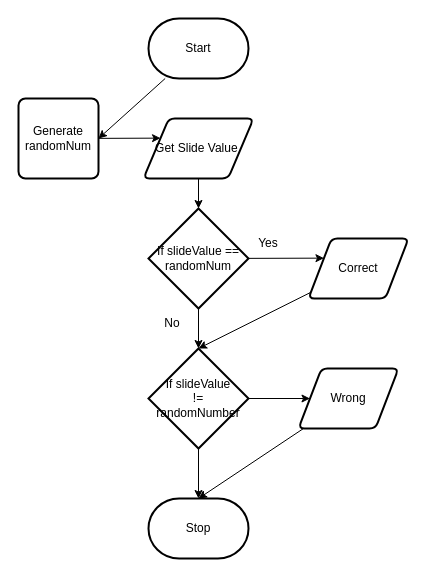
Earlier version of the draw.io diagram design/flowchart.drawio (darcy-murphy/ICS2O-Unit5-07). Source tidied: cells renumbered, new cells numbered last; positions are measured from the earlier drawing's top-left corner, leaving out a move shared by most shapes. Both pictures are drawn from the tidied source at 100%, with x=0, y=0 at pixel (18, 18).
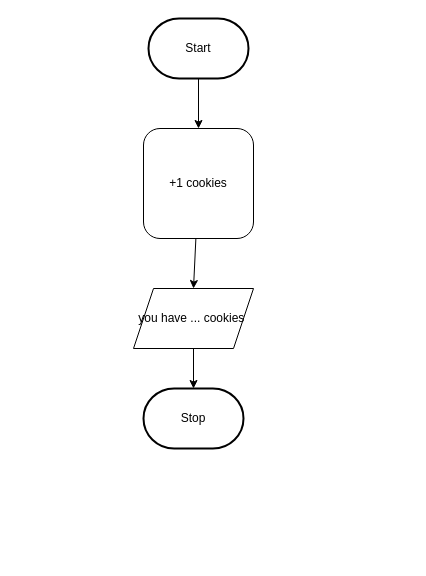
Above is the later version.

The change refers to these unchanged cells:
```xml
<mxCell id="3" value="Start" style="strokeWidth=2;html=1;shape=mxgraph.flowchart.terminator;whiteSpace=wrap;" parent="1" vertex="1">
  <mxGeometry x="130" width="100" height="60" as="geometry" />
</mxCell>
```

The edit, as a diff of the source:
```diff
@@
-    <mxCell id="2" style="edgeStyle=none;html=1;entryX=1;entryY=0.5;entryDx=0;entryDy=0;" parent="1" edge="1" source="3" target="7">
-      <mxGeometry relative="1" as="geometry" />
-    </mxCell>
+    <mxCell id="21" style="edgeStyle=none;html=1;entryX=0.5;entryY=0;entryDx=0;entryDy=0;" parent="1" edge="1" source="3" target="20">
+      <mxGeometry relative="1" as="geometry" />
+    </mxCell>
@@
-    <mxCell id="4" style="edgeStyle=none;html=1;" parent="1" edge="1" source="5" target="10">
-      <mxGeometry relative="1" as="geometry" />
-    </mxCell>
-    <mxCell id="5" value="Get Slide Value&amp;nbsp;" style="shape=parallelogram;html=1;strokeWidth=2;perimeter=parallelogramPerimeter;whiteSpace=wrap;rounded=1;arcSize=12;size=0.23;" parent="1" vertex="1">
-      <mxGeometry x="125" y="100" width="110" height="60" as="geometry" />
-    </mxCell>
-    <mxCell id="6" style="edgeStyle=none;html=1;entryX=0;entryY=0.25;entryDx=0;entryDy=0;" parent="1" edge="1" source="7" target="5">
-      <mxGeometry relative="1" as="geometry" />
-    </mxCell>
-    <mxCell id="7" value="Generate&lt;br&gt;randomNum" style="rounded=1;whiteSpace=wrap;html=1;absoluteArcSize=1;arcSize=14;strokeWidth=2;" parent="1" vertex="1">
-      <mxGeometry y="80" width="80" height="80" as="geometry" />
-    </mxCell>
-    <mxCell id="8" style="edgeStyle=none;html=1;entryX=0;entryY=0.25;entryDx=0;entryDy=0;" parent="1" edge="1" source="10" target="12">
-      <mxGeometry relative="1" as="geometry" />
-    </mxCell>
-    <mxCell id="9" style="edgeStyle=none;html=1;entryX=0.5;entryY=0;entryDx=0;entryDy=0;entryPerimeter=0;" parent="1" edge="1" source="10" target="15">
-      <mxGeometry relative="1" as="geometry" />
-    </mxCell>
-    <mxCell id="10" value="If slideValue ==&lt;br&gt;randomNum" style="strokeWidth=2;html=1;shape=mxgraph.flowchart.decision;whiteSpace=wrap;" parent="1" vertex="1">
-      <mxGeometry x="130" y="190" width="100" height="100" as="geometry" />
-    </mxCell>
-    <mxCell id="11" style="edgeStyle=none;html=1;entryX=0.5;entryY=0;entryDx=0;entryDy=0;entryPerimeter=0;" parent="1" edge="1" source="12" target="15">
-      <mxGeometry relative="1" as="geometry" />
-    </mxCell>
-    <mxCell id="12" value="Correct" style="shape=parallelogram;html=1;strokeWidth=2;perimeter=parallelogramPerimeter;whiteSpace=wrap;rounded=1;arcSize=12;size=0.23;" parent="1" vertex="1">
-      <mxGeometry x="290" y="220" width="100" height="60" as="geometry" />
-    </mxCell>
-    <mxCell id="13" style="edgeStyle=none;html=1;entryX=0;entryY=0.5;entryDx=0;entryDy=0;" parent="1" edge="1" source="15" target="17">
-      <mxGeometry relative="1" as="geometry" />
-    </mxCell>
-    <mxCell id="14" style="edgeStyle=none;html=1;entryX=0.5;entryY=0;entryDx=0;entryDy=0;entryPerimeter=0;" parent="1" edge="1" source="15" target="18">
-      <mxGeometry relative="1" as="geometry" />
-    </mxCell>
-    <mxCell id="15" value="If slideValue&lt;br&gt;!=&lt;br&gt;randomNumber" style="strokeWidth=2;html=1;shape=mxgraph.flowchart.decision;whiteSpace=wrap;" parent="1" vertex="1">
-      <mxGeometry x="130" y="330" width="100" height="100" as="geometry" />
-    </mxCell>
-    <mxCell id="16" style="edgeStyle=none;html=1;entryX=0.5;entryY=0;entryDx=0;entryDy=0;entryPerimeter=0;" parent="1" edge="1" source="17" target="18">
-      <mxGeometry relative="1" as="geometry" />
-    </mxCell>
-    <mxCell id="17" value="Wrong" style="shape=parallelogram;html=1;strokeWidth=2;perimeter=parallelogramPerimeter;whiteSpace=wrap;rounded=1;arcSize=12;size=0.23;" parent="1" vertex="1">
-      <mxGeometry x="280" y="350" width="100" height="60" as="geometry" />
-    </mxCell>
     <mxCell id="18" value="Stop" style="strokeWidth=2;html=1;shape=mxgraph.flowchart.terminator;whiteSpace=wrap;" parent="1" vertex="1">
-      <mxGeometry x="130" y="480" width="100" height="60" as="geometry" />
+      <mxGeometry x="125" y="370" width="100" height="60" as="geometry" />
     </mxCell>
-    <mxCell id="19" value="No" style="text;html=1;strokeColor=none;fillColor=none;align=center;verticalAlign=middle;whiteSpace=wrap;rounded=0;" parent="1" vertex="1">
-      <mxGeometry x="124" y="290" width="60" height="30" as="geometry" />
-    </mxCell>
+    <mxCell id="22" style="edgeStyle=none;html=1;entryX=0.5;entryY=0;entryDx=0;entryDy=0;" parent="1" edge="1" source="20" target="24">
+      <mxGeometry relative="1" as="geometry" />
+    </mxCell>
-    <mxCell id="20" value="Yes" style="text;html=1;strokeColor=none;fillColor=none;align=center;verticalAlign=middle;whiteSpace=wrap;rounded=0;" parent="1" vertex="1">
-      <mxGeometry x="220" y="210" width="60" height="30" as="geometry" />
+    <mxCell id="20" value="+1 cookies" style="rounded=1;whiteSpace=wrap;html=1;" parent="1" vertex="1">
+      <mxGeometry x="125" y="110" width="110" height="110" as="geometry" />
     </mxCell>
+    <mxCell id="23" style="edgeStyle=none;html=1;entryX=0.5;entryY=0;entryDx=0;entryDy=0;entryPerimeter=0;" parent="1" edge="1" source="24" target="18">
+      <mxGeometry relative="1" as="geometry" />
+    </mxCell>
+    <mxCell id="24" value="you have ... cookies&amp;nbsp;" style="shape=parallelogram;perimeter=parallelogramPerimeter;whiteSpace=wrap;html=1;fixedSize=1;" parent="1" vertex="1">
+      <mxGeometry x="115" y="270" width="120" height="60" as="geometry" />
+    </mxCell>
```
